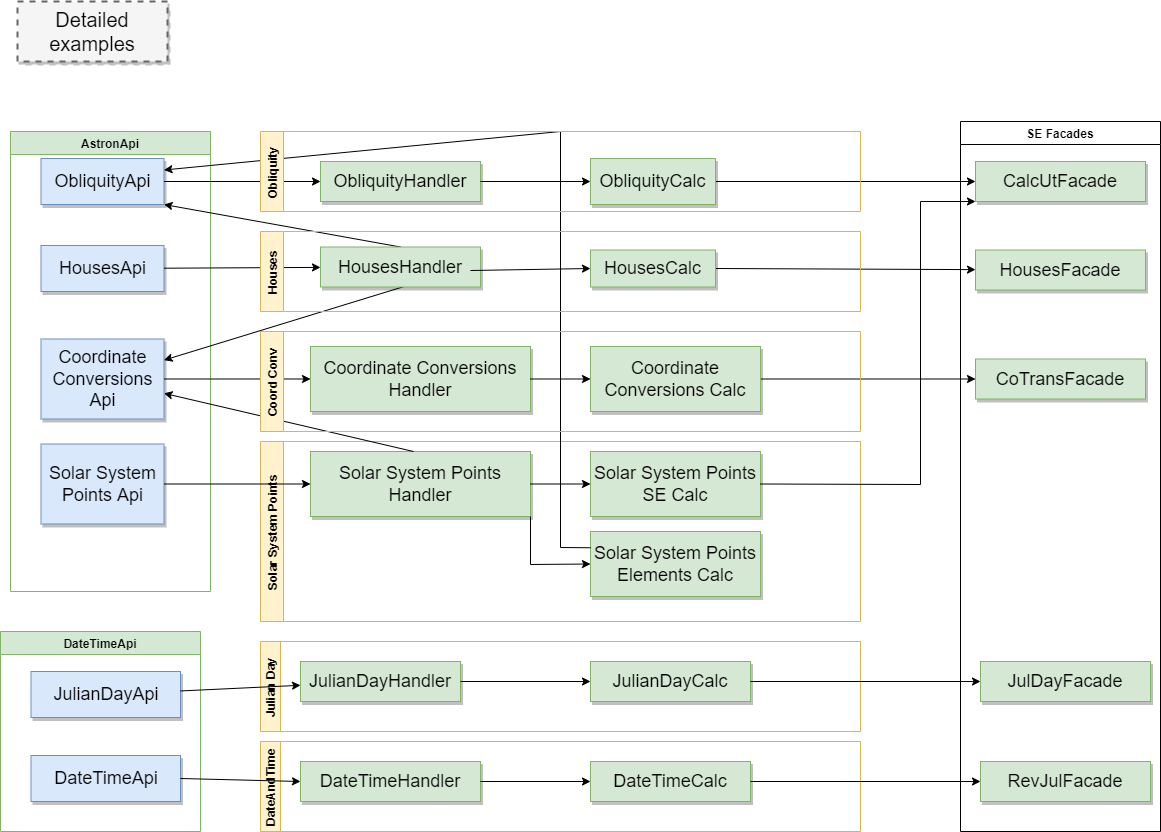
Before: MyDocu/diagrams/Architecture core - details.drawio.png, a diagram exported from draw.io (jankampherbeek/EnigmaSuite). Source tidied: cells renumbered, new cells last; positions are measured from the earlier drawing's top-left corner, leaving out a move shared by most shapes.
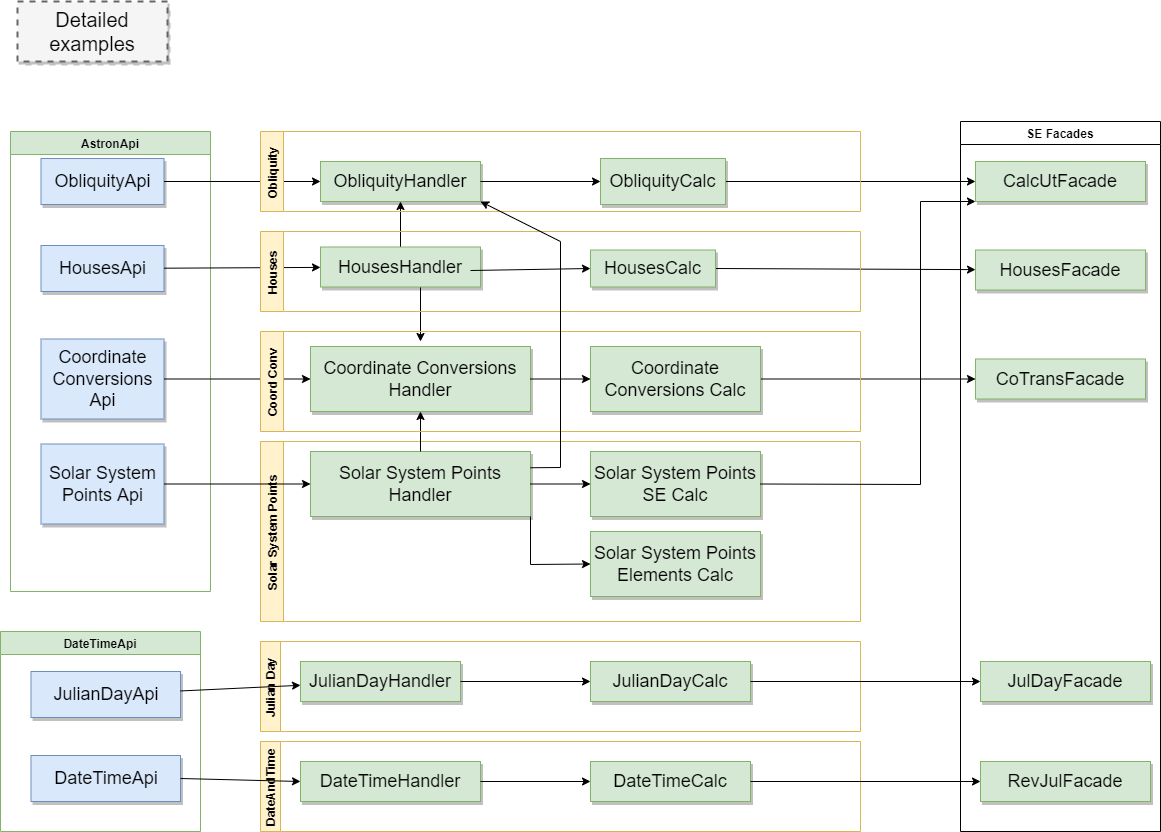
After the change.

The edit, as a diff of the source:
```diff
@@ -78,19 +78,9 @@
     <mxCell id="25" style="endArrow=classic;html=1;rounded=0;exitX=1;exitY=0.5;exitDx=0;exitDy=0;entryX=0;entryY=0.5;entryDx=0;entryDy=0;" parent="1" edge="1" source="57" target="20">
       <mxGeometry relative="1" as="geometry" />
     </mxCell>
-    <mxCell id="26" style="endArrow=classic;html=1;rounded=0;" parent="1" edge="1" target="6">
-      <mxGeometry relative="1" as="geometry">
-        <mxPoint x="413" y="450" as="sourcePoint" />
-      </mxGeometry>
+    <mxCell id="26" style="endArrow=classic;html=1;rounded=0;entryX=0.5;entryY=1;entryDx=0;entryDy=0;exitX=0.5;exitY=0;exitDx=0;exitDy=0;" parent="1" edge="1" source="12" target="56">
+      <mxGeometry relative="1" as="geometry" />
     </mxCell>
-    <mxCell id="27" style="endArrow=classic;html=1;rounded=0;exitX=0;exitY=0.25;exitDx=0;exitDy=0;entryX=1;entryY=0.25;entryDx=0;entryDy=0;" parent="1" edge="1" source="15" target="4">
-      <mxGeometry relative="1" as="geometry">
-        <Array as="points">
-          <mxPoint x="560" y="546" />
-          <mxPoint x="560" y="130" />
-        </Array>
-      </mxGeometry>
-    </mxCell>
     <mxCell id="28" style="endArrow=classic;html=1;rounded=0;exitX=1;exitY=0.5;exitDx=0;exitDy=0;entryX=0;entryY=1;entryDx=0;entryDy=0;" parent="1" edge="1" source="13" target="18">
       <mxGeometry relative="1" as="geometry">
         <Array as="points">
@@ -153,19 +143,20 @@
     <mxCell id="46" style="endArrow=classic;html=1;rounded=0;exitX=1;exitY=0.5;exitDx=0;exitDy=0;entryX=0;entryY=0.5;entryDx=0;entryDy=0;" parent="1" edge="1" source="45" target="50">
       <mxGeometry relative="1" as="geometry" />
     </mxCell>
-    <mxCell id="47" style="endArrow=classic;html=1;rounded=0;exitX=0.5;exitY=0;exitDx=0;exitDy=0;entryX=1;entryY=1;entryDx=0;entryDy=0;" parent="1" edge="1" source="52" target="4">
+    <mxCell id="47" style="endArrow=classic;html=1;rounded=0;exitX=0.5;exitY=0;exitDx=0;exitDy=0;entryX=0.5;entryY=1;entryDx=0;entryDy=0;" parent="1" edge="1" source="52" target="45">
       <mxGeometry relative="1" as="geometry" />
     </mxCell>
-    <mxCell id="48" style="endArrow=classic;html=1;rounded=0;" parent="1" edge="1" target="6">
+    <mxCell id="48" style="endArrow=classic;html=1;rounded=0;" parent="1" edge="1">
       <mxGeometry relative="1" as="geometry">
         <mxPoint x="420" y="280" as="sourcePoint" />
+        <mxPoint x="420" y="340" as="targetPoint" />
       </mxGeometry>
     </mxCell>
     <mxCell id="49" value="Obliquity" style="swimlane;horizontal=0;fillColor=#fff2cc;strokeColor=#d6b656;" parent="1" vertex="1">
       <mxGeometry x="260" y="130" width="600" height="80" as="geometry" />
     </mxCell>
     <mxCell id="50" value="ObliquityCalc" style="whiteSpace=wrap;html=1;shadow=1;fontSize=18;fillColor=#d5e8d4;strokeColor=#82b366;" parent="49" vertex="1">
-      <mxGeometry x="330" y="27" width="125" height="46" as="geometry" />
+      <mxGeometry x="340" y="27" width="125" height="46" as="geometry" />
     </mxCell>
     <mxCell id="51" value="Houses" style="swimlane;horizontal=0;fillColor=#fff2cc;strokeColor=#d6b656;" parent="1" vertex="1">
       <mxGeometry x="260" y="230" width="600" height="80" as="geometry" />
@@ -193,5 +184,13 @@
     <mxCell id="58" style="endArrow=classic;html=1;rounded=0;exitX=1;exitY=0.5;exitDx=0;exitDy=0;" parent="55" edge="1" source="56" target="57">
       <mxGeometry relative="1" as="geometry" />
     </mxCell>
+    <mxCell id="59" style="endArrow=classic;html=1;rounded=0;exitX=1;exitY=0.25;exitDx=0;exitDy=0;entryX=1;entryY=1;entryDx=0;entryDy=0;" parent="1" edge="1" source="12" target="45">
+      <mxGeometry relative="1" as="geometry">
+        <Array as="points">
+          <mxPoint x="560" y="466" />
+          <mxPoint x="560" y="240" />
+        </Array>
+      </mxGeometry>
+    </mxCell>
   </root>
 </mxGraphModel>
```
